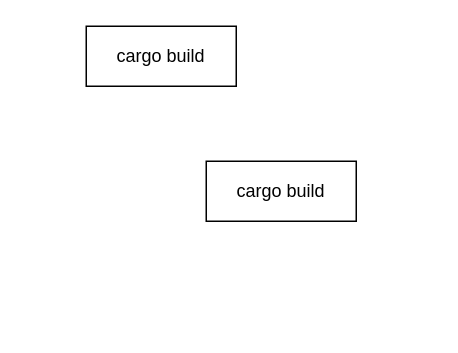
Earlier version of the draw.io diagram papers/stak-scheme/build.drawio (raviqqe/doc). Source tidied: cells renumbered, new cells numbered last; positions are measured from the earlier drawing's top-left corner, leaving out a move shared by most shapes. Both pictures are drawn from the tidied source at 150%, with x=0, y=0 at pixel (86, 26).
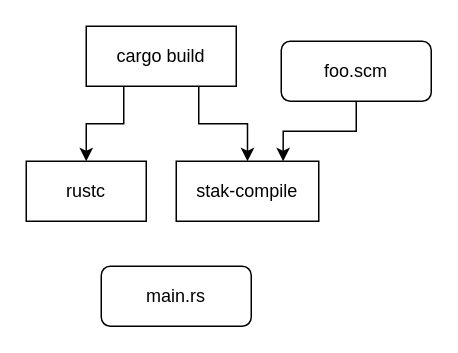
The same diagram, later.

What changed in the source:
```diff
@@
 <mxGraphModel>
   <root>
     <mxCell id="0" />
     <mxCell id="1" parent="0" />
+    <mxCell id="4" style="edgeStyle=orthogonalEdgeStyle;rounded=0;jettySize=auto;html=1;exitX=0.25;exitY=1;exitDx=0;exitDy=0;entryX=0.5;entryY=0;entryDx=0;entryDy=0;" parent="1" edge="1" source="2" target="9">
+      <mxGeometry relative="1" as="geometry" />
+    </mxCell>
+    <mxCell id="5" style="edgeStyle=orthogonalEdgeStyle;rounded=0;jettySize=auto;html=1;exitX=0.75;exitY=1;exitDx=0;exitDy=0;entryX=0.5;entryY=0;entryDx=0;entryDy=0;" parent="1" edge="1" source="2" target="3">
+      <mxGeometry relative="1" as="geometry" />
+    </mxCell>
     <mxCell id="2" value="cargo build" style="rounded=0;whiteSpace=wrap;html=1;" parent="1" vertex="1">
       <mxGeometry width="100" height="40" as="geometry" />
     </mxCell>
-    <mxCell id="3" value="cargo build" style="rounded=0;whiteSpace=wrap;html=1;" parent="1" vertex="1">
-      <mxGeometry x="80" y="90" width="100" height="40" as="geometry" />
+    <mxCell id="3" value="&lt;div&gt;stak-compile&lt;/div&gt;" style="rounded=0;whiteSpace=wrap;html=1;" parent="1" vertex="1">
+      <mxGeometry x="60" y="90" width="95" height="40" as="geometry" />
     </mxCell>
+    <mxCell id="6" style="edgeStyle=orthogonalEdgeStyle;rounded=0;jettySize=auto;html=1;exitX=0.5;exitY=1;exitDx=0;exitDy=0;entryX=0.75;entryY=0;entryDx=0;entryDy=0;" parent="1" edge="1" source="7" target="3">
+      <mxGeometry relative="1" as="geometry" />
+    </mxCell>
+    <mxCell id="7" value="foo.scm" style="rounded=1;whiteSpace=wrap;html=1;glass=0;shadow=0;" parent="1" vertex="1">
+      <mxGeometry x="130" y="10" width="100" height="40" as="geometry" />
+    </mxCell>
+    <mxCell id="8" value="main.rs" style="rounded=1;whiteSpace=wrap;html=1;glass=0;shadow=0;" parent="1" vertex="1">
+      <mxGeometry x="10" y="160" width="100" height="40" as="geometry" />
+    </mxCell>
+    <mxCell id="9" value="&lt;div&gt;rustc&lt;/div&gt;" style="rounded=0;whiteSpace=wrap;html=1;glass=0;shadow=0;" parent="1" vertex="1">
+      <mxGeometry x="-40" y="90" width="80" height="40" as="geometry" />
+    </mxCell>
   </root>
 </mxGraphModel>
```
